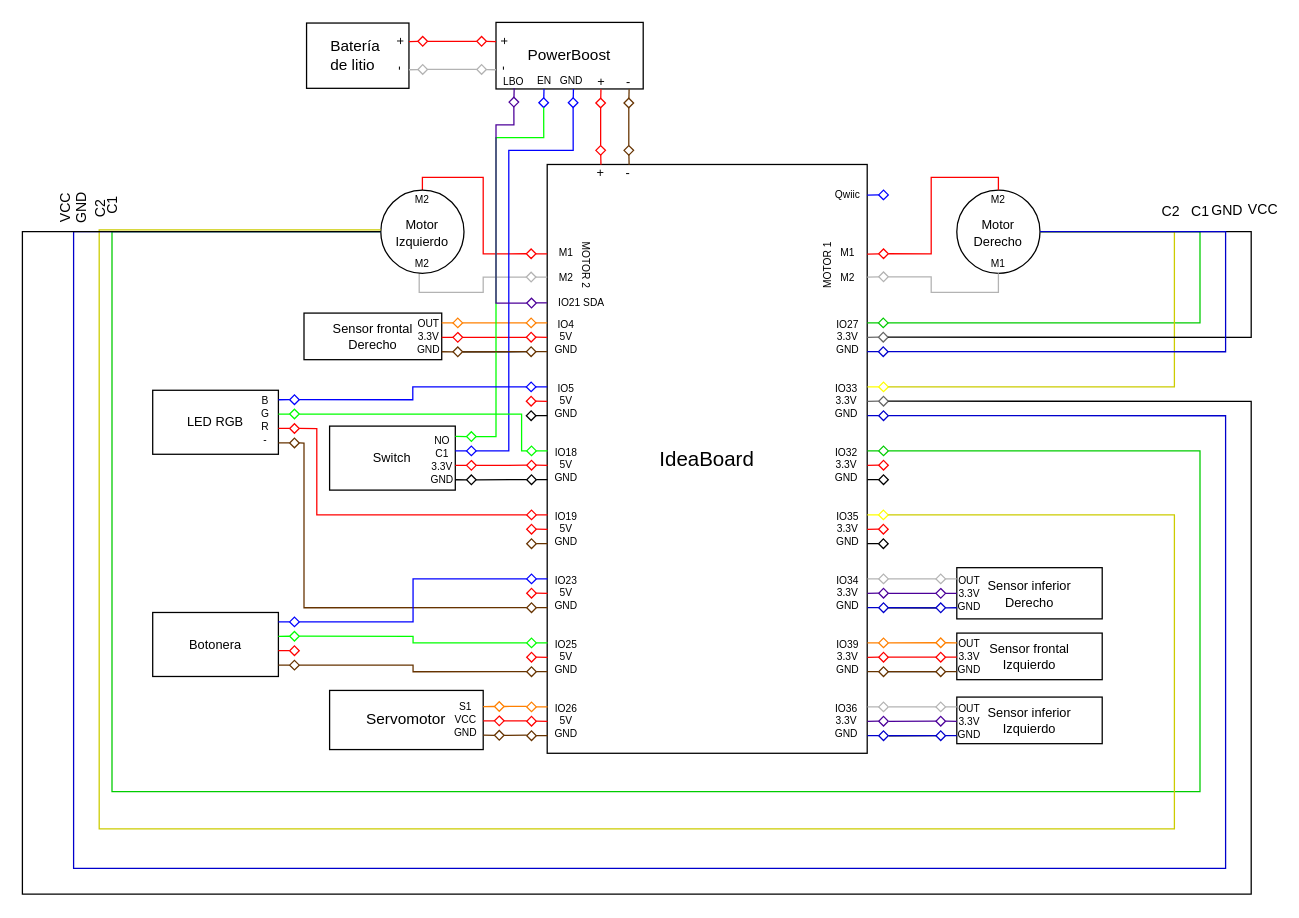
Earlier version of the draw.io diagram Docs/Diagrama_electrico_PFG.drawio.xml (jcbrenes/Atta-Bot-STEM). Source tidied: cells renumbered, new cells numbered last; positions are measured from the earlier drawing's top-left corner, leaving out a move shared by most shapes. Both pictures are drawn from the tidied source at 128%, with x=0, y=0 at pixel (22, -4).
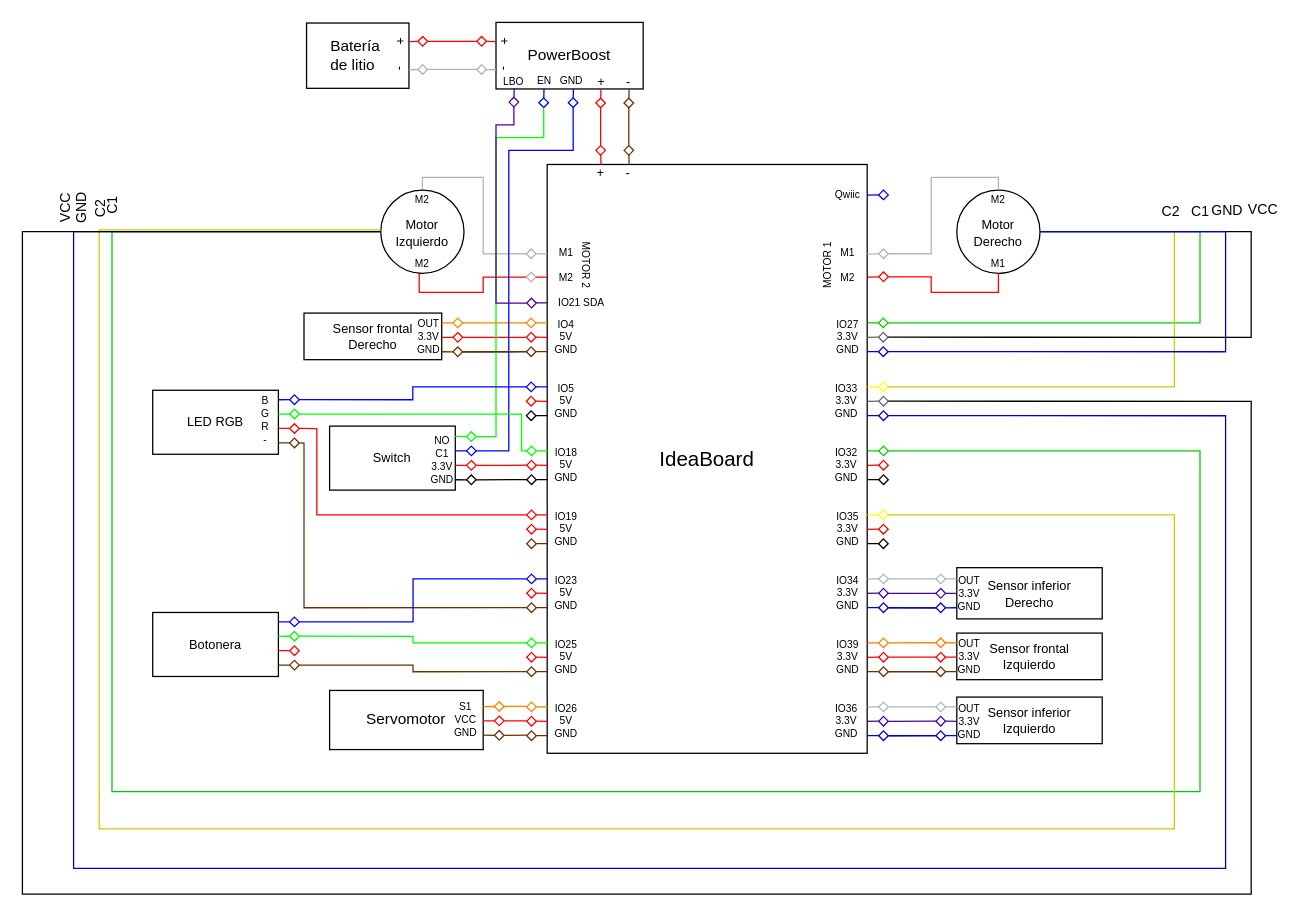
The same page after the edit.

Commit message (it also covers changes not shown here):
Corrección_diagrama_actualizado

The change refers to these unchanged cells:
```xml
<mxCell id="61" style="group;" parent="1" vertex="1">
  <mxGeometry x="660" y="197" width="16.5" height="25.5" as="geometry" />
</mxCell>
<mxCell id="168" style="group;" parent="1" vertex="1">
  <mxGeometry x="393.7" y="197" width="16.3" height="25.8" as="geometry" />
</mxCell>
<mxCell id="175" value="&lt;font style=&quot;font-size: 10px;&quot;&gt;Motor&lt;/font&gt;&lt;div style=&quot;font-size: 10px;&quot;&gt;&lt;font style=&quot;font-size: 10px;&quot;&gt;Izquierdo&lt;/font&gt;&lt;/div&gt;" style="ellipse;whiteSpace=wrap;html=1;" parent="174" vertex="1">
  <mxGeometry width="65" height="65" as="geometry" />
</mxCell>
<mxCell id="178" value="&lt;font style=&quot;font-size: 10px;&quot;&gt;Motor&lt;/font&gt;&lt;div style=&quot;font-size: 10px;&quot;&gt;&lt;font style=&quot;font-size: 10px;&quot;&gt;Derecho&lt;/font&gt;&lt;/div&gt;" style="ellipse;whiteSpace=wrap;html=1;" parent="177" vertex="1">
  <mxGeometry width="65" height="65" as="geometry" />
</mxCell>
```

The edit, as a diff of the source:
```diff
@@
-    <mxCell id="62" style="rhombus;strokeColor=#B3B3B3;rotation=-180;" parent="61" vertex="1">
+    <mxCell id="62" style="rhombus;strokeColor=#FF0000;rotation=-180;" parent="61" vertex="1">
       <mxGeometry x="9" y="18" width="7.5" height="7.5" as="geometry" />
     </mxCell>
-    <mxCell id="63" style="endArrow=none;html=1;rounded=0;align=center;verticalAlign=bottom;labelBackgroundColor=none;strokeColor=#B3B3B3;" parent="61" edge="1" source="62">
+    <mxCell id="63" style="endArrow=none;html=1;rounded=0;align=center;verticalAlign=bottom;labelBackgroundColor=none;strokeColor=#FF0000;" parent="61" edge="1" source="62">
       <mxGeometry relative="1" as="geometry">
         <mxPoint y="22" as="targetPoint" />
       </mxGeometry>
     </mxCell>
-    <mxCell id="64" style="rhombus;strokeColor=#FF0000;rotation=-180;" parent="61" vertex="1">
+    <mxCell id="64" style="rhombus;strokeColor=#B3B3B3;rotation=-180;" parent="61" vertex="1">
       <mxGeometry x="9" width="7.5" height="7.5" as="geometry" />
     </mxCell>
-    <mxCell id="65" style="endArrow=none;html=1;rounded=0;align=center;verticalAlign=bottom;labelBackgroundColor=none;strokeColor=#FF0000;" parent="61" edge="1" source="64">
+    <mxCell id="65" style="endArrow=none;html=1;rounded=0;align=center;verticalAlign=bottom;labelBackgroundColor=none;strokeColor=#B3B3B3;" parent="61" edge="1" source="64">
       <mxGeometry relative="1" as="geometry">
         <mxPoint y="4" as="targetPoint" />
       </mxGeometry>
     </mxCell>
@@
-    <mxCell id="167" style="edgeStyle=orthogonalEdgeStyle;rounded=0;jettySize=auto;html=1;entryX=0;entryY=0.5;entryDx=0;entryDy=0;endArrow=none;endFill=0;strokeColor=#B3B3B3;exitX=0.5;exitY=1;exitDx=0;exitDy=0;" parent="1" edge="1" source="175" target="171">
+    <mxCell id="167" style="edgeStyle=orthogonalEdgeStyle;rounded=0;jettySize=auto;html=1;entryX=0;entryY=0.5;entryDx=0;entryDy=0;endArrow=none;endFill=0;strokeColor=#FF0000;exitX=0.5;exitY=1;exitDx=0;exitDy=0;" parent="1" edge="1" source="175" target="171">
       <mxGeometry relative="1" as="geometry">
         <Array as="points">
           <mxPoint x="310" y="216" />
           <mxPoint x="310" y="231" />
           <mxPoint x="360" y="231" />
           <mxPoint x="360" y="219" />
         </Array>
       </mxGeometry>
     </mxCell>
@@
-    <mxCell id="169" style="rhombus;strokeColor=#FF0000;" parent="168" vertex="1">
+    <mxCell id="169" style="rhombus;strokeColor=#B3B3B3;" parent="168" vertex="1">
       <mxGeometry width="7.5" height="7.5" as="geometry" />
     </mxCell>
-    <mxCell id="170" style="endArrow=none;html=1;rounded=0;align=center;verticalAlign=bottom;labelBackgroundColor=none;strokeColor=#FF0000;" parent="168" edge="1" source="169">
+    <mxCell id="170" style="endArrow=none;html=1;rounded=0;align=center;verticalAlign=bottom;labelBackgroundColor=none;strokeColor=#B3B3B3;" parent="168" edge="1" source="169">
       <mxGeometry relative="1" as="geometry">
         <mxPoint x="16.3" y="3.8" as="targetPoint" />
       </mxGeometry>
     </mxCell>
-    <mxCell id="171" style="rhombus;strokeColor=#B3B3B3;" parent="168" vertex="1">
+    <mxCell id="171" style="rhombus;strokeColor=light-dark(#B3B3B3,#FF0000);" parent="168" vertex="1">
       <mxGeometry y="18.2" width="7.5" height="7.5" as="geometry" />
     </mxCell>
-    <mxCell id="172" style="endArrow=none;html=1;rounded=0;align=center;verticalAlign=bottom;labelBackgroundColor=none;strokeColor=#B3B3B3;" parent="168" edge="1" source="171">
+    <mxCell id="172" style="endArrow=none;html=1;rounded=0;align=center;verticalAlign=bottom;labelBackgroundColor=none;strokeColor=#FF0000;" parent="168" edge="1" source="171">
       <mxGeometry relative="1" as="geometry">
         <mxPoint x="16.3" y="22" as="targetPoint" />
       </mxGeometry>
     </mxCell>
-    <mxCell id="173" style="edgeStyle=orthogonalEdgeStyle;rounded=0;jettySize=auto;html=1;exitX=0;exitY=0.5;exitDx=0;exitDy=0;strokeColor=#FF0000;endArrow=none;endFill=0;entryX=0.5;entryY=0;entryDx=0;entryDy=0;" parent="1" edge="1" source="169" target="175">
+    <mxCell id="173" style="edgeStyle=orthogonalEdgeStyle;rounded=0;jettySize=auto;html=1;exitX=0;exitY=0.5;exitDx=0;exitDy=0;strokeColor=#B3B3B3;endArrow=none;endFill=0;entryX=0.5;entryY=0;entryDx=0;entryDy=0;" parent="1" edge="1" source="169" target="175">
       <mxGeometry relative="1" as="geometry">
         <Array as="points">
           <mxPoint x="360" y="201" />
           <mxPoint x="360" y="141" />
           <mxPoint x="313" y="141" />
           <mxPoint x="313" y="151" />
         </Array>
       </mxGeometry>
     </mxCell>
@@
-    <mxCell id="180" style="edgeStyle=orthogonalEdgeStyle;rounded=0;jettySize=auto;html=1;exitX=0;exitY=0.5;exitDx=0;exitDy=0;entryX=0.5;entryY=0;entryDx=0;entryDy=0;endArrow=none;endFill=0;strokeColor=#FF0000;" parent="1" edge="1" source="64" target="178">
+    <mxCell id="180" style="edgeStyle=orthogonalEdgeStyle;rounded=0;jettySize=auto;html=1;exitX=0;exitY=0.5;exitDx=0;exitDy=0;entryX=0.5;entryY=0;entryDx=0;entryDy=0;endArrow=none;endFill=0;strokeColor=#B3B3B3;" parent="1" edge="1" source="64" target="178">
       <mxGeometry relative="1" as="geometry">
         <Array as="points">
           <mxPoint x="710" y="201" />
           <mxPoint x="710" y="141" />
           <mxPoint x="763" y="141" />
         </Array>
       </mxGeometry>
     </mxCell>
-    <mxCell id="181" style="edgeStyle=orthogonalEdgeStyle;rounded=0;jettySize=auto;html=1;exitX=0;exitY=0.5;exitDx=0;exitDy=0;entryX=0.5;entryY=1;entryDx=0;entryDy=0;endArrow=none;endFill=0;strokeColor=#B3B3B3;" parent="1" edge="1" source="62" target="178">
+    <mxCell id="181" style="edgeStyle=orthogonalEdgeStyle;rounded=0;jettySize=auto;html=1;exitX=0;exitY=0.5;exitDx=0;exitDy=0;entryX=0.5;entryY=1;entryDx=0;entryDy=0;endArrow=none;endFill=0;strokeColor=#FF0000;" parent="1" edge="1" source="62" target="178">
       <mxGeometry relative="1" as="geometry">
         <Array as="points">
           <mxPoint x="710" y="219" />
           <mxPoint x="710" y="231" />
           <mxPoint x="763" y="231" />
         </Array>
       </mxGeometry>
     </mxCell>
```
